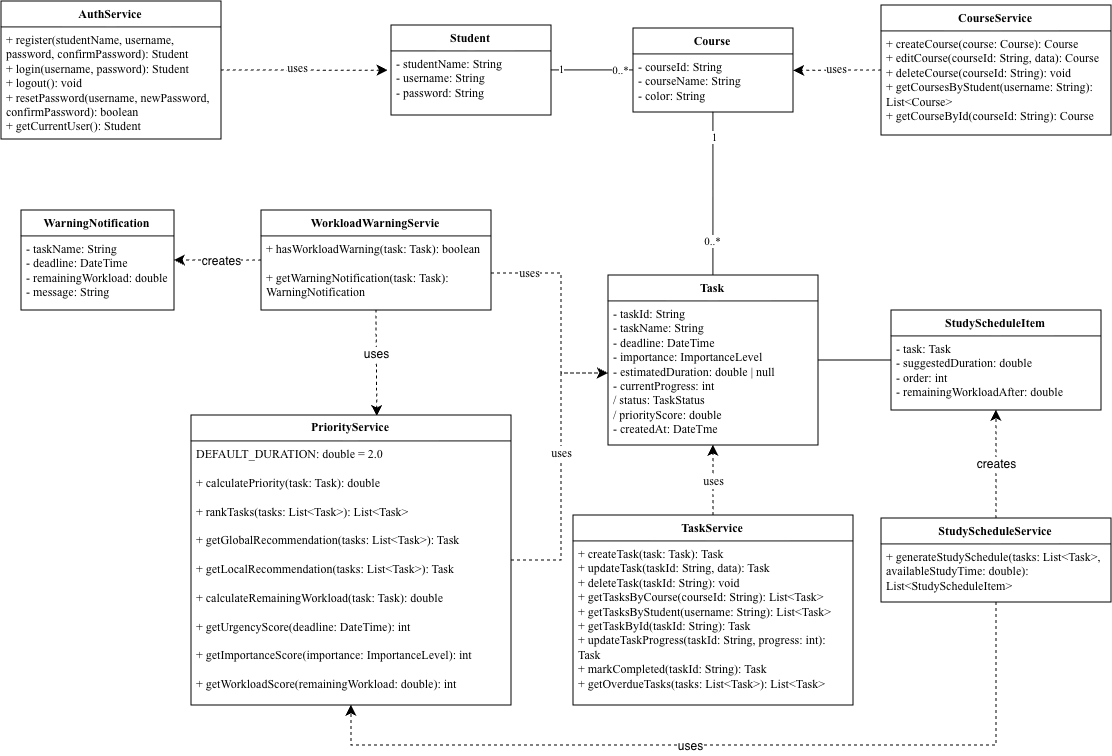
This is docs/ClassDiagram.drawio.png from USTH-B3-Projects/Study-Flow, a draw.io export, as it was before one commit. Source tidied: cells renumbered, new cells last; positions are measured from the earlier drawing's top-left corner, leaving out a move shared by most shapes. The source it was exported from:
```xml
<mxGraphModel>
  <root>
    <mxCell id="0" />
    <mxCell id="1" parent="0" />
    <mxCell id="2" style="edgeStyle=orthogonalEdgeStyle;rounded=0;jettySize=auto;html=1;endArrow=none;endFill=0;fontFamily=Times New Roman;" parent="1" edge="1" source="5" target="10">
      <mxGeometry relative="1" as="geometry" />
    </mxCell>
    <mxCell id="3" value="1" style="edgeLabel;html=1;align=center;verticalAlign=middle;fontFamily=Times New Roman;" parent="2" vertex="1">
      <mxGeometry x="-0.76" y="1" relative="1" as="geometry" />
    </mxCell>
    <mxCell id="4" value="0..*" style="edgeLabel;html=1;align=center;verticalAlign=middle;fontFamily=Times New Roman;" parent="2" vertex="1">
      <mxGeometry x="0.68" relative="1" as="geometry" />
    </mxCell>
    <mxCell id="5" value="Student" style="swimlane;fontStyle=1;align=center;verticalAlign=top;horizontal=1;startSize=26;whiteSpace=wrap;html=1;fontFamily=Times New Roman;" parent="1" vertex="1">
      <mxGeometry x="390" y="24" width="160" height="90" as="geometry" />
    </mxCell>
    <mxCell id="6" value="- studentName&lt;span style=&quot;background-color: transparent; color: light-dark(rgb(0, 0, 0), rgb(255, 255, 255));&quot;&gt;: String&lt;/span&gt;&lt;div&gt;- username: String&lt;/div&gt;&lt;div&gt;- password: String&lt;/div&gt;" style="text;strokeColor=none;fillColor=none;align=left;verticalAlign=top;spacingLeft=4;spacingRight=4;overflow=hidden;points=[[0,0.5],[1,0.5]];portConstraint=eastwest;whiteSpace=wrap;html=1;fontFamily=Times New Roman;" parent="5" vertex="1">
      <mxGeometry y="26" width="160" height="64" as="geometry" />
    </mxCell>
    <mxCell id="7" style="edgeStyle=orthogonalEdgeStyle;rounded=0;jettySize=auto;html=1;fontFamily=Times New Roman;endArrow=none;endFill=0;" parent="1" edge="1" source="10" target="12">
      <mxGeometry relative="1" as="geometry" />
    </mxCell>
    <mxCell id="8" value="1" style="edgeLabel;html=1;align=center;verticalAlign=middle;fontFamily=Times New Roman;" parent="7" vertex="1">
      <mxGeometry x="-0.7" y="1" relative="1" as="geometry" />
    </mxCell>
    <mxCell id="9" value="0..*" style="edgeLabel;html=1;align=center;verticalAlign=middle;fontFamily=Times New Roman;" parent="7" vertex="1">
      <mxGeometry x="0.58" y="-1" relative="1" as="geometry" />
    </mxCell>
    <mxCell id="10" value="Course" style="swimlane;fontStyle=1;align=center;verticalAlign=top;horizontal=1;startSize=26;whiteSpace=wrap;html=1;fontFamily=Times New Roman;" parent="1" vertex="1">
      <mxGeometry x="632" y="27" width="160" height="84" as="geometry" />
    </mxCell>
    <mxCell id="11" value="&lt;div&gt;- courseId: String&lt;/div&gt;&lt;div&gt;- courseName: String&lt;/div&gt;&lt;div&gt;- color: String&lt;/div&gt;" style="text;strokeColor=none;fillColor=none;align=left;verticalAlign=top;spacingLeft=4;spacingRight=4;overflow=hidden;points=[[0,0.5],[1,0.5]];portConstraint=eastwest;whiteSpace=wrap;html=1;fontFamily=Times New Roman;" parent="10" vertex="1">
      <mxGeometry y="26" width="160" height="58" as="geometry" />
    </mxCell>
    <mxCell id="12" value="Task" style="swimlane;fontStyle=1;align=center;verticalAlign=top;horizontal=1;startSize=26;whiteSpace=wrap;html=1;fontFamily=Times New Roman;" parent="1" vertex="1">
      <mxGeometry x="607" y="274" width="210" height="170" as="geometry" />
    </mxCell>
    <mxCell id="13" value="- taskId: String&lt;div&gt;- taskName: String&lt;/div&gt;&lt;div&gt;- deadline: DateTime&lt;/div&gt;&lt;div&gt;- importance: ImportanceLevel&lt;/div&gt;&lt;div&gt;- estimatedDuration: double | null&lt;/div&gt;&lt;div&gt;- currentProgress: int&lt;/div&gt;&lt;div&gt;&lt;span style=&quot;background-color: transparent; color: light-dark(rgb(0, 0, 0), rgb(255, 255, 255));&quot;&gt;/ status: TaskStatus&lt;/span&gt;&lt;/div&gt;&lt;div&gt;&lt;span style=&quot;background-color: transparent; color: light-dark(rgb(0, 0, 0), rgb(255, 255, 255));&quot;&gt;/ priorityScore: double&lt;/span&gt;&lt;/div&gt;&lt;div&gt;- createdAt: DateTme&lt;/div&gt;" style="text;strokeColor=none;fillColor=none;align=left;verticalAlign=top;spacingLeft=4;spacingRight=4;overflow=hidden;points=[[0,0.5],[1,0.5]];portConstraint=eastwest;whiteSpace=wrap;html=1;fontFamily=Times New Roman;" parent="12" vertex="1">
      <mxGeometry y="26" width="210" height="144" as="geometry" />
    </mxCell>
    <mxCell id="14" style="edgeStyle=orthogonalEdgeStyle;rounded=0;jettySize=auto;html=1;exitX=1;exitY=0.5;exitDx=0;exitDy=0;entryX=0;entryY=0.5;entryDx=0;entryDy=0;fontSize=12;startSize=8;endSize=8;dashed=1;fontFamily=Times New Roman;" parent="1" edge="1" source="16" target="13">
      <mxGeometry relative="1" as="geometry">
        <Array as="points">
          <mxPoint x="560" y="559" />
          <mxPoint x="560" y="372" />
        </Array>
      </mxGeometry>
    </mxCell>
    <mxCell id="15" value="uses" style="edgeLabel;html=1;align=center;verticalAlign=middle;fontSize=12;fontFamily=Times New Roman;" parent="14" vertex="1">
      <mxGeometry x="0.11" relative="1" as="geometry" />
    </mxCell>
    <mxCell id="16" value="PriorityService" style="swimlane;fontStyle=1;horizontal=1;startSize=26;fillColor=none;whiteSpace=wrap;html=1;fontFamily=Times New Roman;" parent="1" vertex="1">
      <mxGeometry x="190" y="414" width="320" height="290" as="geometry" />
    </mxCell>
    <mxCell id="17" value="&lt;div&gt;DEFAULT_DURATION: double = 2.0&lt;/div&gt;&lt;div&gt;&lt;br&gt;&lt;/div&gt;+ calculatePriority(task: Task): double&lt;div&gt;&lt;br&gt;&lt;div&gt;+ rankTasks(tasks: List&amp;lt;Task&amp;gt;): List&amp;lt;Task&amp;gt;&lt;/div&gt;&lt;div&gt;&lt;br&gt;&lt;/div&gt;&lt;div&gt;+ getGlobalRecommendation(tasks: List&amp;lt;Task&amp;gt;): Task&lt;/div&gt;&lt;div&gt;&lt;br&gt;&lt;/div&gt;&lt;div&gt;+ getLocalRecommendation(tasks: List&amp;lt;Task&amp;gt;): Task&lt;/div&gt;&lt;div&gt;&lt;br&gt;&lt;/div&gt;&lt;div&gt;+ calculateRemainingWorkload(task: Task): double&lt;/div&gt;&lt;div&gt;&lt;br&gt;&lt;/div&gt;&lt;div&gt;&lt;span style=&quot;background-color: transparent; color: light-dark(rgb(0, 0, 0), rgb(255, 255, 255));&quot;&gt;+ getUrgencyScore(deadline: DateTime): int&lt;/span&gt;&lt;/div&gt;&lt;/div&gt;&lt;div&gt;&lt;div&gt;&lt;div&gt;&lt;br&gt;&lt;/div&gt;&lt;div&gt;+ getImportanceScore(importance: ImportanceLevel): int&lt;/div&gt;&lt;div&gt;&lt;br&gt;&lt;/div&gt;&lt;/div&gt;&lt;div&gt;+ getWorkloadScore(remainingWorkload: double): int&lt;/div&gt;&lt;div&gt;&lt;br&gt;&lt;/div&gt;&lt;/div&gt;" style="text;strokeColor=none;fillColor=none;align=left;verticalAlign=top;spacingLeft=4;spacingRight=4;overflow=hidden;whiteSpace=wrap;html=1;fontFamily=Times New Roman;" parent="16" vertex="1">
      <mxGeometry y="26" width="320" height="264" as="geometry" />
    </mxCell>
    <mxCell id="18" value="AuthService" style="swimlane;fontStyle=1;align=center;verticalAlign=top;horizontal=1;startSize=26;whiteSpace=wrap;html=1;fontFamily=Times New Roman;" parent="1" vertex="1">
      <mxGeometry width="220" height="138" as="geometry" />
    </mxCell>
    <mxCell id="19" value="+ register(studentName, username, password, confirmPassword): Student&lt;div&gt;+ login(username, password): Student&lt;/div&gt;&lt;div&gt;+ logout(): void&lt;/div&gt;&lt;div&gt;+ resetPassword(username, newPassword, confirmPassword): boolean&lt;/div&gt;&lt;div&gt;+ getCurrentUser(): Student&lt;/div&gt;" style="text;strokeColor=none;fillColor=none;align=left;verticalAlign=top;spacingLeft=4;spacingRight=4;overflow=hidden;whiteSpace=wrap;html=1;fontFamily=Times New Roman;" parent="18" vertex="1">
      <mxGeometry y="26" width="220" height="112" as="geometry" />
    </mxCell>
    <mxCell id="20" value="CourseService" style="swimlane;fontStyle=1;align=center;verticalAlign=top;horizontal=1;startSize=26;whiteSpace=wrap;html=1;fontFamily=Times New Roman;" parent="1" vertex="1">
      <mxGeometry x="880" y="4" width="230" height="130" as="geometry" />
    </mxCell>
    <mxCell id="21" value="+ createCourse(course: Course): Course&lt;div&gt;+ editCourse(courseId: String, data): Course&lt;/div&gt;&lt;div&gt;+ deleteCourse(courseId: String): void&lt;/div&gt;&lt;div&gt;+ getCoursesByStudent(username: String): List&amp;lt;Course&amp;gt;&lt;/div&gt;&lt;div&gt;+ getCourseById(courseId: String): Course&lt;/div&gt;" style="text;strokeColor=none;fillColor=none;align=left;verticalAlign=top;spacingLeft=4;spacingRight=4;overflow=hidden;whiteSpace=wrap;html=1;fontFamily=Times New Roman;" parent="20" vertex="1">
      <mxGeometry y="26" width="230" height="104" as="geometry" />
    </mxCell>
    <mxCell id="22" style="edgeStyle=none;curved=1;rounded=0;jettySize=auto;html=1;exitX=0.5;exitY=0;exitDx=0;exitDy=0;entryX=0.5;entryY=1;entryDx=0;entryDy=0;fontSize=12;startSize=8;endSize=8;dashed=1;fontFamily=Times New Roman;" parent="1" edge="1" source="24" target="12">
      <mxGeometry relative="1" as="geometry" />
    </mxCell>
    <mxCell id="23" value="uses" style="edgeLabel;html=1;align=center;verticalAlign=middle;fontSize=12;fontFamily=Times New Roman;" parent="22" vertex="1">
      <mxGeometry x="-0.05" relative="1" as="geometry" />
    </mxCell>
    <mxCell id="24" value="TaskService" style="swimlane;fontStyle=1;align=center;verticalAlign=top;horizontal=1;startSize=26;whiteSpace=wrap;html=1;fontFamily=Times New Roman;" parent="1" vertex="1">
      <mxGeometry x="572" y="514" width="280" height="190" as="geometry" />
    </mxCell>
    <mxCell id="25" value="&lt;span style=&quot;caret-color: rgb(0, 0, 0);&quot;&gt;&lt;font&gt;+ createTask(task: Task): Task&amp;nbsp;&lt;/font&gt;&lt;/span&gt;&lt;div&gt;&lt;span style=&quot;caret-color: rgb(0, 0, 0);&quot;&gt;&lt;font&gt;+ updateTask(taskId: String, data): Task&amp;nbsp;&lt;/font&gt;&lt;/span&gt;&lt;/div&gt;&lt;div&gt;&lt;span style=&quot;caret-color: rgb(0, 0, 0);&quot;&gt;&lt;font&gt;+ deleteTask(taskId: String): void&amp;nbsp;&lt;/font&gt;&lt;/span&gt;&lt;/div&gt;&lt;div&gt;&lt;span style=&quot;caret-color: rgb(0, 0, 0);&quot;&gt;&lt;font&gt;+ getTasksByCourse(courseId: String): List&amp;lt;Task&amp;gt;&amp;nbsp;&lt;/font&gt;&lt;/span&gt;&lt;/div&gt;&lt;div&gt;&lt;span style=&quot;caret-color: rgb(0, 0, 0);&quot;&gt;&lt;font&gt;+ getTasksByStudent(username: String): List&amp;lt;Task&amp;gt;&amp;nbsp;&lt;/font&gt;&lt;/span&gt;&lt;/div&gt;&lt;div&gt;&lt;span style=&quot;caret-color: rgb(0, 0, 0);&quot;&gt;&lt;font&gt;+ getTaskById(taskId: String): Task&amp;nbsp;&lt;/font&gt;&lt;/span&gt;&lt;/div&gt;&lt;div&gt;&lt;span style=&quot;caret-color: rgb(0, 0, 0);&quot;&gt;&lt;font&gt;+ updateTaskProgress(taskId: String, progress: int): Task&amp;nbsp;&lt;/font&gt;&lt;/span&gt;&lt;/div&gt;&lt;div&gt;&lt;span style=&quot;caret-color: rgb(0, 0, 0);&quot;&gt;&lt;font&gt;+ markCompleted(taskId: String): Task&amp;nbsp;&lt;/font&gt;&lt;/span&gt;&lt;/div&gt;&lt;div&gt;&lt;span style=&quot;caret-color: rgb(0, 0, 0);&quot;&gt;&lt;font&gt;+ getOverdueTasks(tasks: List&amp;lt;Task&amp;gt;): List&amp;lt;Task&amp;gt;&lt;/font&gt;&lt;/span&gt;&lt;/div&gt;" style="text;strokeColor=none;fillColor=none;align=left;verticalAlign=top;spacingLeft=4;spacingRight=4;overflow=hidden;whiteSpace=wrap;html=1;fontFamily=Times New Roman;" parent="24" vertex="1">
      <mxGeometry y="26" width="280" height="164" as="geometry" />
    </mxCell>
    <mxCell id="26" style="edgeStyle=none;curved=1;rounded=0;jettySize=auto;html=1;exitX=0;exitY=0.5;exitDx=0;exitDy=0;entryX=1;entryY=0.5;entryDx=0;entryDy=0;fontSize=12;startSize=8;endSize=8;endArrow=none;endFill=0;" parent="1" edge="1" source="27" target="12">
      <mxGeometry relative="1" as="geometry" />
    </mxCell>
    <mxCell id="27" value="StudyScheduleItem" style="swimlane;fontStyle=1;align=center;verticalAlign=top;horizontal=1;startSize=26;whiteSpace=wrap;html=1;fontFamily=Times New Roman;" parent="1" vertex="1">
      <mxGeometry x="890" y="309" width="210" height="100" as="geometry" />
    </mxCell>
    <mxCell id="28" value="- task: Task&lt;div&gt;- suggestedDuration: double&lt;/div&gt;&lt;div&gt;- order: int&lt;/div&gt;&lt;div&gt;- remainingWorkloadAfter: double&lt;/div&gt;" style="text;strokeColor=none;fillColor=none;align=left;verticalAlign=top;spacingLeft=4;spacingRight=4;overflow=hidden;whiteSpace=wrap;html=1;fontFamily=Times New Roman;" parent="27" vertex="1">
      <mxGeometry y="26" width="210" height="74" as="geometry" />
    </mxCell>
    <mxCell id="29" style="edgeStyle=none;curved=1;rounded=0;jettySize=auto;html=1;exitX=0.5;exitY=0;exitDx=0;exitDy=0;entryX=0.5;entryY=1;entryDx=0;entryDy=0;fontSize=12;startSize=8;endSize=8;dashed=1;" parent="1" edge="1" source="31" target="27">
      <mxGeometry relative="1" as="geometry" />
    </mxCell>
    <mxCell id="30" value="creates" style="edgeLabel;html=1;align=center;verticalAlign=middle;fontSize=12;" parent="29" vertex="1">
      <mxGeometry relative="1" as="geometry" />
    </mxCell>
    <mxCell id="31" value="StudyScheduleService" style="swimlane;fontStyle=1;align=center;verticalAlign=top;horizontal=1;startSize=26;whiteSpace=wrap;html=1;fontFamily=Times New Roman;" parent="1" vertex="1">
      <mxGeometry x="880" y="517" width="230" height="84" as="geometry" />
    </mxCell>
    <mxCell id="32" value="+ generateStudySchedule(tasks: List&amp;lt;Task&amp;gt;, availableStudyTime: double): List&amp;lt;StudyScheduleItem&amp;gt;" style="text;strokeColor=none;fillColor=none;align=left;verticalAlign=top;spacingLeft=4;spacingRight=4;overflow=hidden;whiteSpace=wrap;html=1;fontFamily=Times New Roman;" parent="31" vertex="1">
      <mxGeometry y="26" width="230" height="58" as="geometry" />
    </mxCell>
    <mxCell id="33" style="edgeStyle=none;curved=1;rounded=0;jettySize=auto;html=1;exitX=0;exitY=0.5;exitDx=0;exitDy=0;entryX=1;entryY=0.5;entryDx=0;entryDy=0;fontSize=12;startSize=8;endSize=8;dashed=1;" parent="1" edge="1" source="35" target="45">
      <mxGeometry relative="1" as="geometry" />
    </mxCell>
    <mxCell id="34" value="creates" style="edgeLabel;html=1;align=center;verticalAlign=middle;fontSize=12;" parent="33" vertex="1">
      <mxGeometry x="-0.07" y="1" relative="1" as="geometry" />
    </mxCell>
    <mxCell id="35" value="WorkloadWarningServie" style="swimlane;fontStyle=1;align=center;verticalAlign=top;horizontal=1;startSize=26;whiteSpace=wrap;html=1;fontFamily=Times New Roman;" parent="1" vertex="1">
      <mxGeometry x="260" y="209" width="230" height="100" as="geometry" />
    </mxCell>
    <mxCell id="36" value="&lt;div&gt;+ hasWorkloadWarning(task: Task): boolean&lt;/div&gt;&lt;div&gt;&lt;br&gt;&lt;/div&gt;&lt;div&gt;+ getWarningNotification(task: Task): WarningNotification&lt;/div&gt;" style="text;strokeColor=none;fillColor=none;align=left;verticalAlign=top;spacingLeft=4;spacingRight=4;overflow=hidden;points=[[0,0.5],[1,0.5]];portConstraint=eastwest;whiteSpace=wrap;html=1;fontFamily=Times New Roman;" parent="35" vertex="1">
      <mxGeometry y="26" width="230" height="74" as="geometry" />
    </mxCell>
    <mxCell id="37" style="edgeStyle=none;curved=1;rounded=0;jettySize=auto;html=1;exitX=1;exitY=0.5;exitDx=0;exitDy=0;entryX=-0.02;entryY=0.303;entryDx=0;entryDy=0;entryPerimeter=0;fontSize=12;startSize=8;endSize=8;dashed=1;fontFamily=Times New Roman;" parent="1" edge="1" source="18" target="6">
      <mxGeometry relative="1" as="geometry" />
    </mxCell>
    <mxCell id="38" value="uses" style="edgeLabel;html=1;align=center;verticalAlign=middle;fontSize=12;fontFamily=Times New Roman;" parent="37" vertex="1">
      <mxGeometry x="-0.08" y="2" relative="1" as="geometry" />
    </mxCell>
    <mxCell id="39" style="edgeStyle=none;curved=1;rounded=0;jettySize=auto;html=1;exitX=0;exitY=0.5;exitDx=0;exitDy=0;entryX=1.002;entryY=0.283;entryDx=0;entryDy=0;entryPerimeter=0;fontSize=12;startSize=8;endSize=8;dashed=1;fontFamily=Times New Roman;" parent="1" edge="1" source="20" target="11">
      <mxGeometry relative="1" as="geometry" />
    </mxCell>
    <mxCell id="40" value="uses" style="edgeLabel;html=1;align=center;verticalAlign=middle;fontSize=12;fontFamily=Times New Roman;" parent="39" vertex="1">
      <mxGeometry x="0.03" y="-1" relative="1" as="geometry" />
    </mxCell>
    <mxCell id="41" style="edgeStyle=orthogonalEdgeStyle;rounded=0;jettySize=auto;html=1;exitX=1;exitY=0.5;exitDx=0;exitDy=0;entryX=0;entryY=0.5;entryDx=0;entryDy=0;fontSize=12;startSize=8;endSize=8;dashed=1;fontFamily=Times New Roman;" parent="1" edge="1" source="36" target="13">
      <mxGeometry relative="1" as="geometry">
        <Array as="points">
          <mxPoint x="560" y="272" />
          <mxPoint x="560" y="372" />
        </Array>
      </mxGeometry>
    </mxCell>
    <mxCell id="42" value="uses" style="edgeLabel;html=1;align=center;verticalAlign=middle;fontSize=12;fontFamily=Times New Roman;" parent="41" vertex="1">
      <mxGeometry x="-0.65" relative="1" as="geometry" />
    </mxCell>
    <mxCell id="43" style="edgeStyle=orthogonalEdgeStyle;rounded=0;jettySize=auto;html=1;exitX=0.5;exitY=1;exitDx=0;exitDy=0;entryX=0.5;entryY=1;entryDx=0;entryDy=0;fontSize=12;startSize=8;endSize=8;dashed=1;" parent="1" edge="1" source="31" target="16">
      <mxGeometry relative="1" as="geometry">
        <Array as="points">
          <mxPoint x="932" y="744.1" />
          <mxPoint x="230" y="744.1" />
        </Array>
      </mxGeometry>
    </mxCell>
    <mxCell id="44" value="uses" style="edgeLabel;html=1;align=center;verticalAlign=middle;fontSize=12;" parent="43" vertex="1">
      <mxGeometry x="0.09" y="1" relative="1" as="geometry" />
    </mxCell>
    <mxCell id="45" value="WarningNotification" style="swimlane;fontStyle=1;align=center;verticalAlign=top;horizontal=1;startSize=26;whiteSpace=wrap;html=1;fontFamily=Times New Roman;" parent="1" vertex="1">
      <mxGeometry x="20" y="209" width="153" height="100" as="geometry" />
    </mxCell>
    <mxCell id="46" value="- taskName: String&lt;div&gt;- deadline: DateTime&lt;/div&gt;&lt;div&gt;- remainingWorkload: double&lt;/div&gt;&lt;div&gt;- message: String&lt;/div&gt;" style="text;strokeColor=none;fillColor=none;align=left;verticalAlign=top;spacingLeft=4;spacingRight=4;overflow=hidden;whiteSpace=wrap;html=1;fontFamily=Times New Roman;" parent="45" vertex="1">
      <mxGeometry y="26" width="153" height="74" as="geometry" />
    </mxCell>
    <mxCell id="47" style="edgeStyle=none;curved=1;rounded=0;jettySize=auto;html=1;exitX=0.5;exitY=1;exitDx=0;exitDy=0;entryX=0.581;entryY=0.004;entryDx=0;entryDy=0;entryPerimeter=0;fontSize=12;startSize=8;endSize=8;dashed=1;" parent="1" edge="1" source="35" target="16">
      <mxGeometry relative="1" as="geometry" />
    </mxCell>
    <mxCell id="48" value="uses" style="edgeLabel;html=1;align=center;verticalAlign=middle;fontSize=12;" parent="47" vertex="1">
      <mxGeometry x="-0.19" relative="1" as="geometry" />
    </mxCell>
  </root>
</mxGraphModel>
```
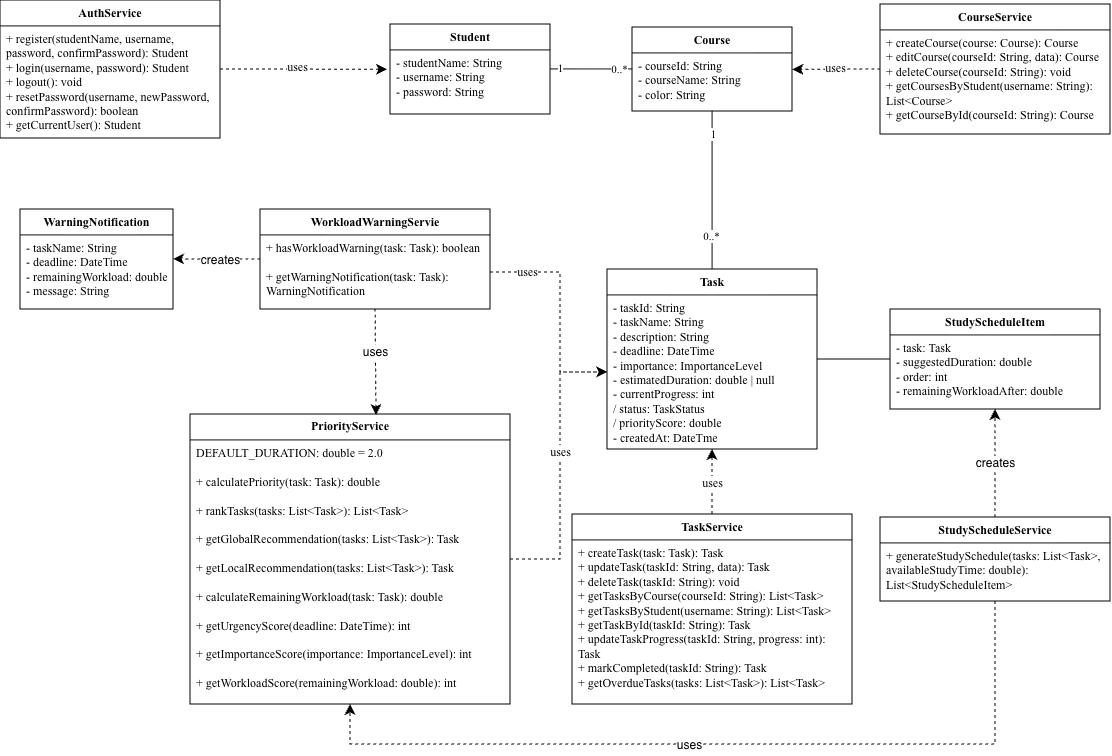
After the commit.

Diff of the diagram source:
```diff
@@ -33,10 +33,10 @@
       <mxGeometry y="26" width="160" height="58" as="geometry" />
     </mxCell>
     <mxCell id="12" value="Task" style="swimlane;fontStyle=1;align=center;verticalAlign=top;horizontal=1;startSize=26;whiteSpace=wrap;html=1;fontFamily=Times New Roman;" parent="1" vertex="1">
-      <mxGeometry x="607" y="274" width="210" height="170" as="geometry" />
+      <mxGeometry x="607" y="269" width="210" height="180" as="geometry" />
     </mxCell>
-    <mxCell id="13" value="- taskId: String&lt;div&gt;- taskName: String&lt;/div&gt;&lt;div&gt;- deadline: DateTime&lt;/div&gt;&lt;div&gt;- importance: ImportanceLevel&lt;/div&gt;&lt;div&gt;- estimatedDuration: double | null&lt;/div&gt;&lt;div&gt;- currentProgress: int&lt;/div&gt;&lt;div&gt;&lt;span style=&quot;background-color: transparent; color: light-dark(rgb(0, 0, 0), rgb(255, 255, 255));&quot;&gt;/ status: TaskStatus&lt;/span&gt;&lt;/div&gt;&lt;div&gt;&lt;span style=&quot;background-color: transparent; color: light-dark(rgb(0, 0, 0), rgb(255, 255, 255));&quot;&gt;/ priorityScore: double&lt;/span&gt;&lt;/div&gt;&lt;div&gt;- createdAt: DateTme&lt;/div&gt;" style="text;strokeColor=none;fillColor=none;align=left;verticalAlign=top;spacingLeft=4;spacingRight=4;overflow=hidden;points=[[0,0.5],[1,0.5]];portConstraint=eastwest;whiteSpace=wrap;html=1;fontFamily=Times New Roman;" parent="12" vertex="1">
-      <mxGeometry y="26" width="210" height="144" as="geometry" />
+    <mxCell id="13" value="- taskId: String&lt;div&gt;- taskName: String&lt;/div&gt;&lt;div&gt;- description: String&lt;/div&gt;&lt;div&gt;- deadline: DateTime&lt;/div&gt;&lt;div&gt;- importance: ImportanceLevel&lt;/div&gt;&lt;div&gt;- estimatedDuration: double | null&lt;/div&gt;&lt;div&gt;- currentProgress: int&lt;/div&gt;&lt;div&gt;&lt;span style=&quot;background-color: transparent; color: light-dark(rgb(0, 0, 0), rgb(255, 255, 255));&quot;&gt;/ status: TaskStatus&lt;/span&gt;&lt;/div&gt;&lt;div&gt;&lt;span style=&quot;background-color: transparent; color: light-dark(rgb(0, 0, 0), rgb(255, 255, 255));&quot;&gt;/ priorityScore: double&lt;/span&gt;&lt;/div&gt;&lt;div&gt;- createdAt: DateTme&lt;/div&gt;" style="text;strokeColor=none;fillColor=none;align=left;verticalAlign=top;spacingLeft=4;spacingRight=4;overflow=hidden;points=[[0,0.5],[1,0.5]];portConstraint=eastwest;whiteSpace=wrap;html=1;fontFamily=Times New Roman;" parent="12" vertex="1">
+      <mxGeometry y="26" width="210" height="154" as="geometry" />
     </mxCell>
     <mxCell id="14" style="edgeStyle=orthogonalEdgeStyle;rounded=0;jettySize=auto;html=1;exitX=1;exitY=0.5;exitDx=0;exitDy=0;entryX=0;entryY=0.5;entryDx=0;entryDy=0;fontSize=12;startSize=8;endSize=8;dashed=1;fontFamily=Times New Roman;" parent="1" edge="1" source="16" target="13">
       <mxGeometry relative="1" as="geometry">
```
